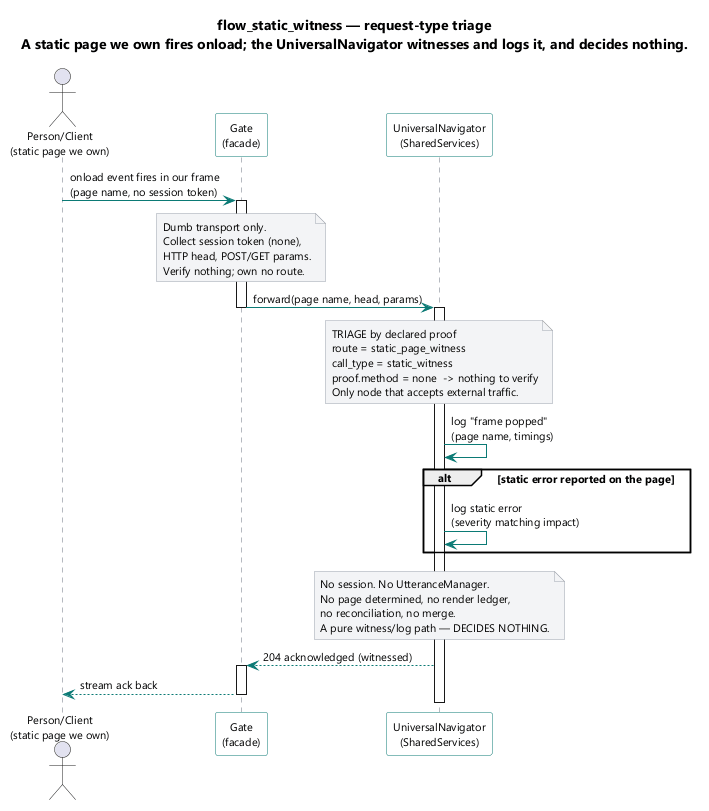
SkipSnow/ChatHealthyRepo keeps this PlantUML diagram as brain/machine_artifacts/diagramsAndImages/rendered/flow_static_witness.png. Above is the earlier version.
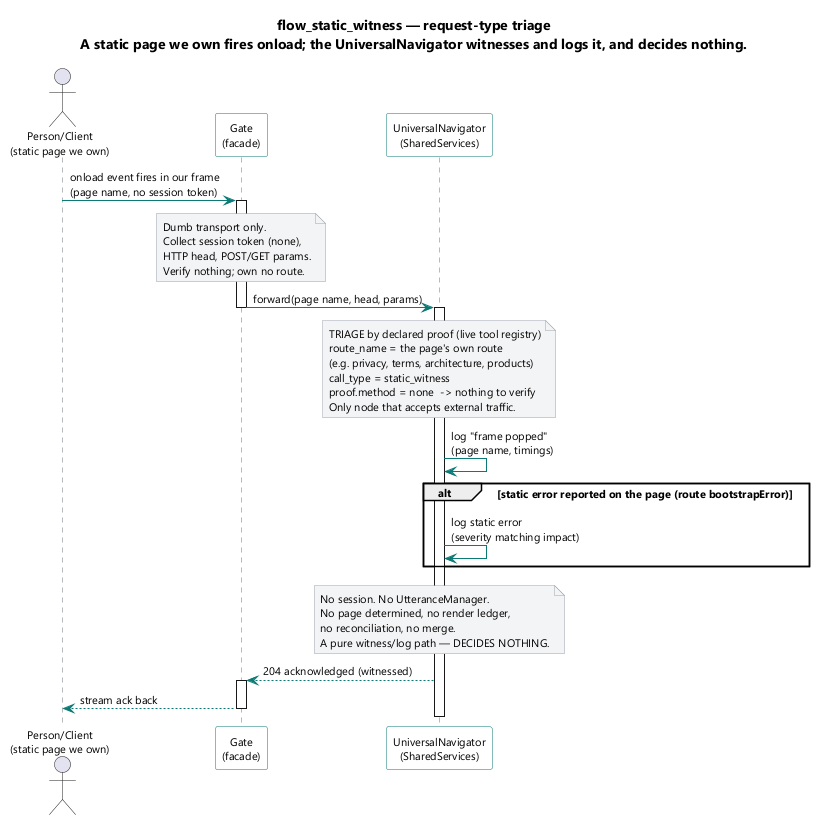
Above is the later version.

The edit, as a diff of the source:
```diff
@@ -24,11 +24,11 @@
 deactivate Gate
 activate UN
 
-note over UN : TRIAGE by declared proof\nroute = static_page_witness\ncall_type = static_witness\nproof.method = none  -> nothing to verify\nOnly node that accepts external traffic.
+note over UN : TRIAGE by declared proof (live tool registry)\nroute_name = the page's own route\n(e.g. privacy, terms, architecture, products)\ncall_type = static_witness\nproof.method = none  -> nothing to verify\nOnly node that accepts external traffic.
 
 UN -> UN : log "frame popped"\n(page name, timings)
 
-alt static error reported on the page
+alt static error reported on the page (route bootstrapError)
   UN -> UN : log static error\n(severity matching impact)
 end
 
```
